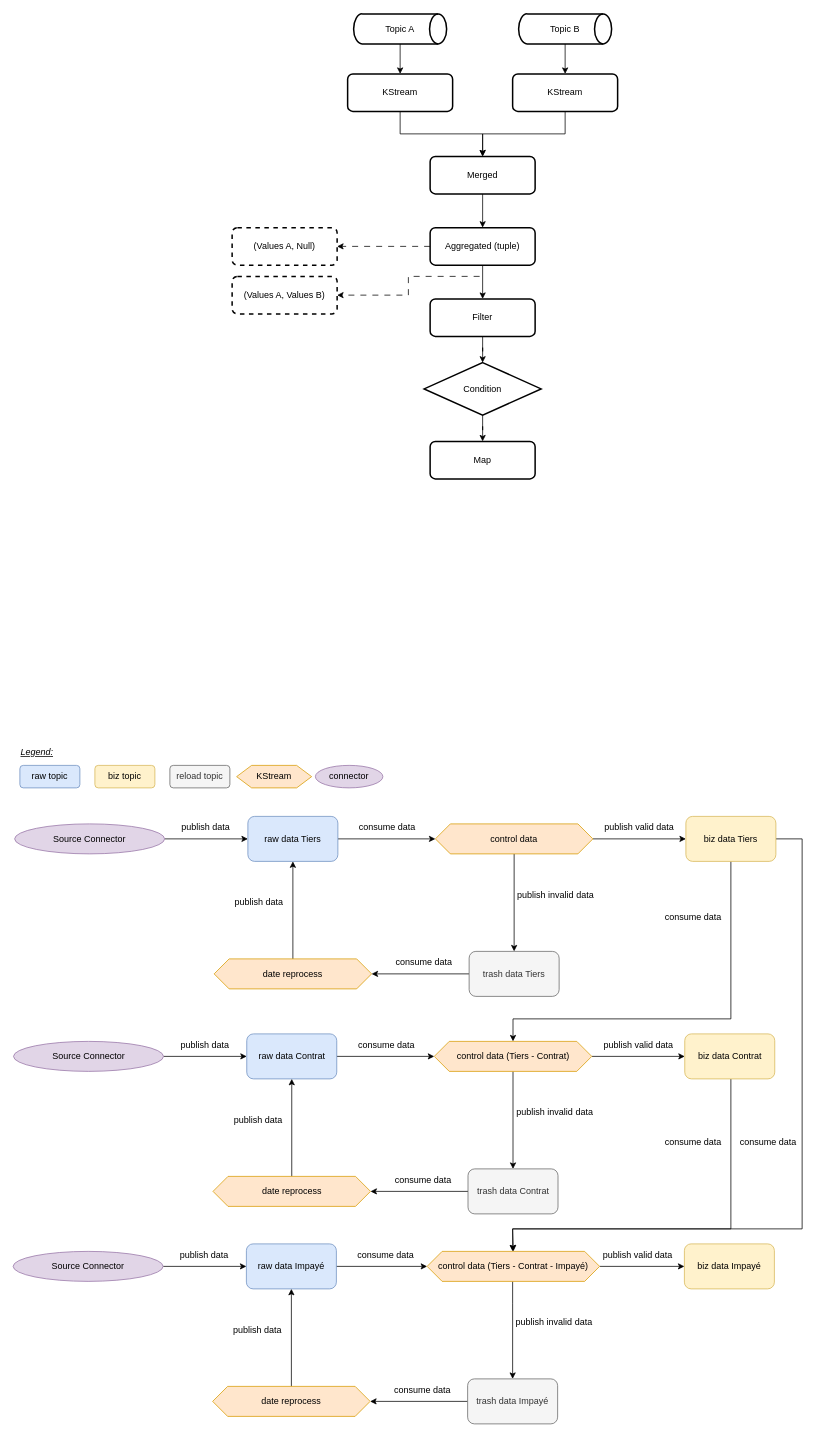
The draw.io diagram Kafka-Control.drawio in wunyu/drawio, before the edit. Source tidied: cells renumbered, new cells numbered last; positions are measured from the earlier drawing's top-left corner, leaving out a move shared by most shapes. Both pictures are drawn from the tidied source at 75%, with x=0, y=0 at pixel (13, 14).
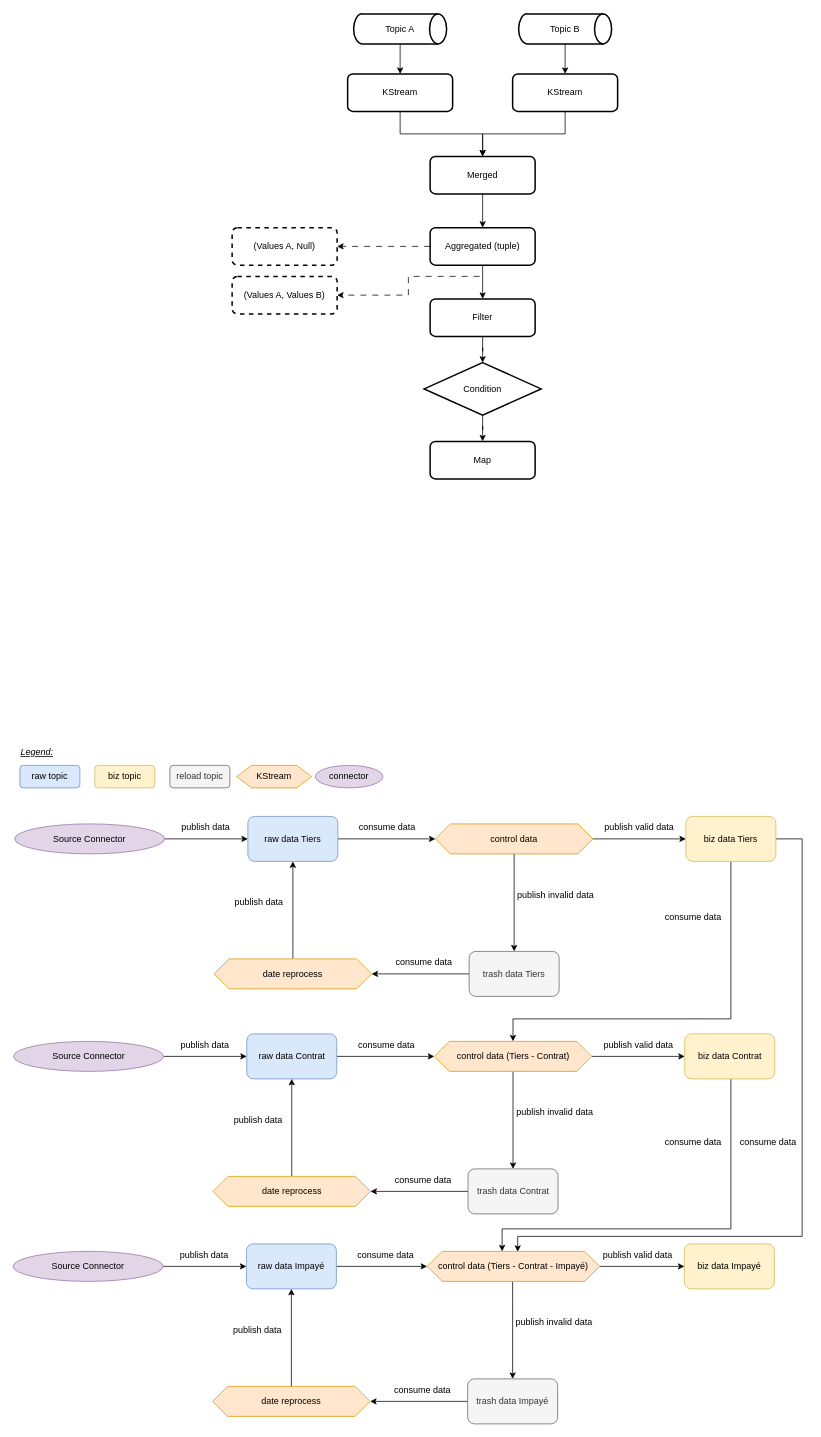
The same page after the edit.

The change refers to these unchanged cells:
```xml
<mxCell id="25" value="biz data Tiers" style="rounded=1;whiteSpace=wrap;html=1;fillColor=#fff2cc;strokeColor=#d6b656;" parent="1" vertex="1">
  <mxGeometry x="897" y="1070" width="120" height="60" as="geometry" />
</mxCell>
<mxCell id="50" value="biz data Contrat" style="rounded=1;whiteSpace=wrap;html=1;fillColor=#fff2cc;strokeColor=#d6b656;" parent="1" vertex="1">
  <mxGeometry x="895.5" y="1360" width="120" height="60" as="geometry" />
</mxCell>
<mxCell id="74" value="control data (Tiers - Contrat - Impayé)" style="shape=hexagon;perimeter=hexagonPerimeter2;whiteSpace=wrap;html=1;fixedSize=1;fillColor=#ffe6cc;strokeColor=#d79b00;" parent="1" vertex="1">
  <mxGeometry x="552" y="1650" width="230" height="40" as="geometry" />
</mxCell>
```

Change to the diagram source:
```diff
@@
-    <mxCell id="24" style="edgeStyle=orthogonalEdgeStyle;rounded=0;jettySize=auto;html=1;entryX=0.5;entryY=0;entryDx=0;entryDy=0;" parent="1" edge="1" source="25" target="74">
+    <mxCell id="24" style="edgeStyle=orthogonalEdgeStyle;rounded=0;jettySize=auto;html=1;entryX=0.525;entryY=0.013;entryDx=0;entryDy=0;entryPerimeter=0;" parent="1" edge="1" source="25" target="74">
       <mxGeometry relative="1" as="geometry">
         <Array as="points">
           <mxPoint x="1052" y="1100" />
-          <mxPoint x="1052" y="1620" />
-          <mxPoint x="666" y="1620" />
+          <mxPoint x="1052" y="1630" />
+          <mxPoint x="673" y="1630" />
         </Array>
       </mxGeometry>
     </mxCell>
@@
     <mxCell id="49" style="edgeStyle=orthogonalEdgeStyle;rounded=0;jettySize=auto;html=1;" parent="1" edge="1" source="50" target="74">
       <mxGeometry relative="1" as="geometry">
         <Array as="points">
           <mxPoint x="957" y="1620" />
-          <mxPoint x="666" y="1620" />
+          <mxPoint x="652" y="1620" />
         </Array>
       </mxGeometry>
     </mxCell>
```
